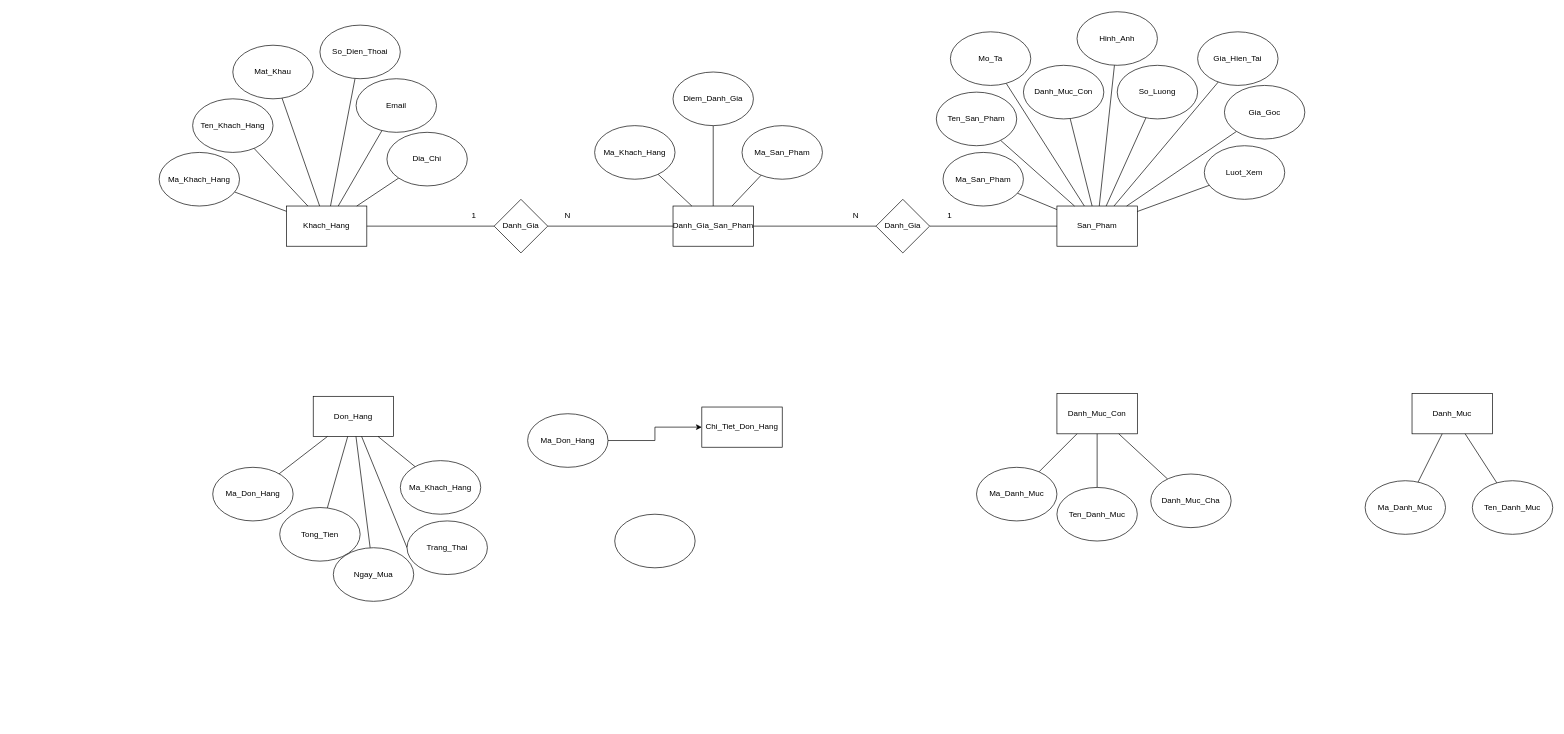
QuangHuy2201/FinalProject-Diagrams keeps this draw.io diagram as ERD.drawio. Above is the earlier version. Source tidied: cells renumbered, new cells numbered last; positions are measured from the earlier drawing's top-left corner, leaving out a move shared by most shapes. Both pictures are drawn from the tidied source at 67%, with x=0, y=0 at pixel (159, 11).
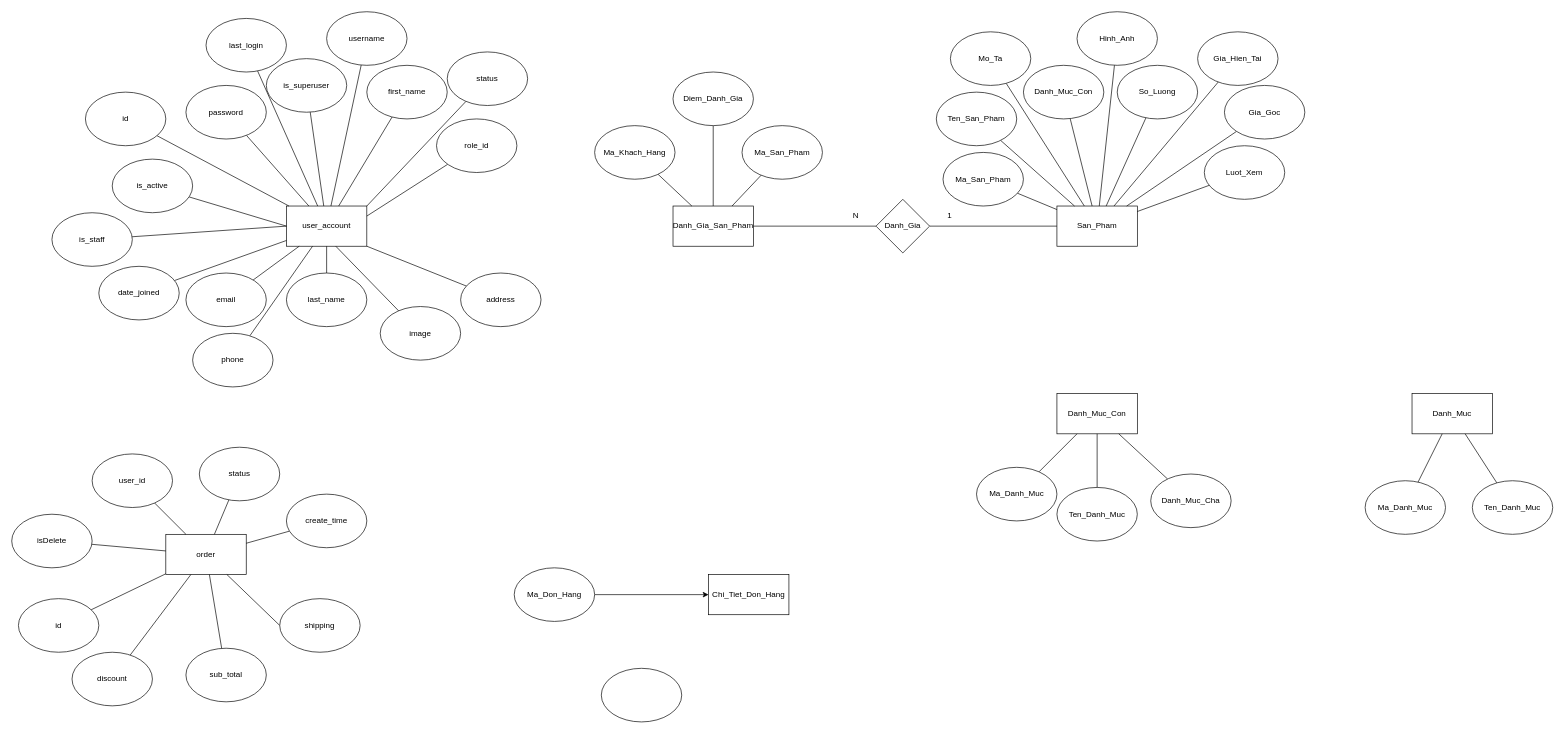
The same diagram, later.

Commit message:
Cập nhật ERD.drawio

Unchanged cells that the change refers to:
```xml
<mxCell id="28" value="Danh_Gia_San_Pham" style="rounded=0;whiteSpace=wrap;html=1;" parent="1" vertex="1">
  <mxGeometry x="767" y="290" width="120" height="60" as="geometry" />
</mxCell>
```

What changed in the source:
```diff
@@
-    <mxCell id="2" value="Khach_Hang" style="rounded=0;whiteSpace=wrap;html=1;" parent="1" vertex="1">
+    <mxCell id="2" value="user_account" style="rounded=0;whiteSpace=wrap;html=1;" parent="1" vertex="1">
       <mxGeometry x="190" y="290" width="120" height="60" as="geometry" />
     </mxCell>
@@
-    <mxCell id="4" value="Ma_Khach_Hang" style="ellipse;whiteSpace=wrap;html=1;" parent="1" vertex="1">
-      <mxGeometry y="210" width="120" height="80" as="geometry" />
+    <mxCell id="4" value="id" style="ellipse;whiteSpace=wrap;html=1;" parent="1" vertex="1">
+      <mxGeometry x="-110" y="120" width="120" height="80" as="geometry" />
     </mxCell>
@@
-    <mxCell id="6" value="Ten_Khach_Hang" style="ellipse;whiteSpace=wrap;html=1;" parent="1" vertex="1">
-      <mxGeometry x="50" y="130" width="120" height="80" as="geometry" />
+    <mxCell id="6" value="password" style="ellipse;whiteSpace=wrap;html=1;" parent="1" vertex="1">
+      <mxGeometry x="40" y="110" width="120" height="80" as="geometry" />
     </mxCell>
@@
-    <mxCell id="8" value="Mat_Khau" style="ellipse;whiteSpace=wrap;html=1;" parent="1" vertex="1">
-      <mxGeometry x="110" y="50" width="120" height="80" as="geometry" />
+    <mxCell id="8" value="last_login" style="ellipse;whiteSpace=wrap;html=1;" parent="1" vertex="1">
+      <mxGeometry x="70" y="10" width="120" height="80" as="geometry" />
     </mxCell>
@@
-    <mxCell id="10" value="Email" style="ellipse;whiteSpace=wrap;html=1;" parent="1" vertex="1">
-      <mxGeometry x="294" y="100" width="120" height="80" as="geometry" />
+    <mxCell id="10" value="username" style="ellipse;whiteSpace=wrap;html=1;" parent="1" vertex="1">
+      <mxGeometry x="250" width="120" height="80" as="geometry" />
     </mxCell>
@@
-    <mxCell id="12" value="So_Dien_Thoai" style="ellipse;whiteSpace=wrap;html=1;" parent="1" vertex="1">
-      <mxGeometry x="240" y="20" width="120" height="80" as="geometry" />
+    <mxCell id="12" value="is_superuser" style="ellipse;whiteSpace=wrap;html=1;" parent="1" vertex="1">
+      <mxGeometry x="160" y="70" width="120" height="80" as="geometry" />
     </mxCell>
@@
-    <mxCell id="14" value="Dia_Chi" style="ellipse;whiteSpace=wrap;html=1;" parent="1" vertex="1">
-      <mxGeometry x="340" y="180" width="120" height="80" as="geometry" />
+    <mxCell id="14" value="first_name" style="ellipse;whiteSpace=wrap;html=1;" parent="1" vertex="1">
+      <mxGeometry x="310" y="80" width="120" height="80" as="geometry" />
     </mxCell>
@@
-    <mxCell id="35" style="edgeStyle=orthogonalEdgeStyle;rounded=0;jettySize=auto;html=1;endArrow=none;endFill=0;" parent="1" edge="1" source="37" target="2">
-      <mxGeometry relative="1" as="geometry" />
-    </mxCell>
-    <mxCell id="36" style="edgeStyle=orthogonalEdgeStyle;rounded=0;jettySize=auto;html=1;endArrow=none;endFill=0;" parent="1" edge="1" source="37" target="28">
-      <mxGeometry relative="1" as="geometry" />
-    </mxCell>
-    <mxCell id="37" value="Danh_Gia" style="rhombus;whiteSpace=wrap;html=1;" parent="1" vertex="1">
-      <mxGeometry x="500" y="280" width="80" height="80" as="geometry" />
-    </mxCell>
-    <mxCell id="38" value="1" style="text;html=1;align=center;verticalAlign=middle;whiteSpace=wrap;rounded=0;" parent="1" vertex="1">
-      <mxGeometry x="440" y="290" width="60" height="30" as="geometry" />
-    </mxCell>
-    <mxCell id="39" value="N" style="text;html=1;align=center;verticalAlign=middle;whiteSpace=wrap;rounded=0;" parent="1" vertex="1">
-      <mxGeometry x="580" y="290" width="60" height="30" as="geometry" />
-    </mxCell>
@@
-    <mxCell id="61" value="Don_Hang" style="rounded=0;whiteSpace=wrap;html=1;" parent="1" vertex="1">
-      <mxGeometry x="230" y="574" width="120" height="60" as="geometry" />
+    <mxCell id="61" value="order" style="rounded=0;whiteSpace=wrap;html=1;" parent="1" vertex="1">
+      <mxGeometry x="10" y="780" width="120" height="60" as="geometry" />
     </mxCell>
@@
-    <mxCell id="65" value="Ma_Don_Hang" style="ellipse;whiteSpace=wrap;html=1;" parent="1" vertex="1">
-      <mxGeometry x="80" y="680" width="120" height="80" as="geometry" />
+    <mxCell id="65" value="id" style="ellipse;whiteSpace=wrap;html=1;" parent="1" vertex="1">
+      <mxGeometry x="-210" y="876" width="120" height="80" as="geometry" />
     </mxCell>
@@
-    <mxCell id="67" value="Tong_Tien" style="ellipse;whiteSpace=wrap;html=1;" parent="1" vertex="1">
-      <mxGeometry x="180" y="740" width="120" height="80" as="geometry" />
+    <mxCell id="67" value="discount" style="ellipse;whiteSpace=wrap;html=1;" parent="1" vertex="1">
+      <mxGeometry x="-130" y="956" width="120" height="80" as="geometry" />
     </mxCell>
@@
-    <mxCell id="69" value="Trang_Thai" style="ellipse;whiteSpace=wrap;html=1;" parent="1" vertex="1">
-      <mxGeometry x="370" y="760" width="120" height="80" as="geometry" />
+    <mxCell id="69" value="shipping" style="ellipse;whiteSpace=wrap;html=1;" parent="1" vertex="1">
+      <mxGeometry x="180" y="876" width="120" height="80" as="geometry" />
     </mxCell>
@@
-    <mxCell id="71" value="Ngay_Mua" style="ellipse;whiteSpace=wrap;html=1;" parent="1" vertex="1">
-      <mxGeometry x="260" y="800" width="120" height="80" as="geometry" />
+    <mxCell id="71" value="sub_total" style="ellipse;whiteSpace=wrap;html=1;" parent="1" vertex="1">
+      <mxGeometry x="40" y="950" width="120" height="80" as="geometry" />
     </mxCell>
@@
-    <mxCell id="73" value="Ma_Khach_Hang" style="ellipse;whiteSpace=wrap;html=1;" parent="1" vertex="1">
-      <mxGeometry x="360" y="670" width="120" height="80" as="geometry" />
+    <mxCell id="73" value="create_time" style="ellipse;whiteSpace=wrap;html=1;" parent="1" vertex="1">
+      <mxGeometry x="190" y="720" width="120" height="80" as="geometry" />
     </mxCell>
     <mxCell id="74" value="Chi_Tiet_Don_Hang" style="rounded=0;whiteSpace=wrap;html=1;" parent="1" vertex="1">
-      <mxGeometry x="810" y="590" width="120" height="60" as="geometry" />
+      <mxGeometry x="820" y="840" width="120" height="60" as="geometry" />
     </mxCell>
@@
     <mxCell id="76" value="Ma_Don_Hang" style="ellipse;whiteSpace=wrap;html=1;" parent="1" vertex="1">
-      <mxGeometry x="550" y="600" width="120" height="80" as="geometry" />
+      <mxGeometry x="530" y="830" width="120" height="80" as="geometry" />
     </mxCell>
     <mxCell id="77" style="ellipse;whiteSpace=wrap;html=1;" parent="1" vertex="1">
-      <mxGeometry x="680" y="750" width="120" height="80" as="geometry" />
+      <mxGeometry x="660" y="980" width="120" height="80" as="geometry" />
     </mxCell>
+    <mxCell id="78" style="rounded=0;jettySize=auto;html=1;endArrow=none;endFill=0;" parent="1" edge="1" source="79" target="2">
+      <mxGeometry relative="1" as="geometry" />
+    </mxCell>
+    <mxCell id="79" value="last_name" style="ellipse;whiteSpace=wrap;html=1;" parent="1" vertex="1">
+      <mxGeometry x="190" y="390" width="120" height="80" as="geometry" />
+    </mxCell>
+    <mxCell id="80" style="rounded=0;jettySize=auto;html=1;endArrow=none;endFill=0;" parent="1" edge="1" source="81" target="2">
+      <mxGeometry relative="1" as="geometry" />
+    </mxCell>
+    <mxCell id="81" value="email" style="ellipse;whiteSpace=wrap;html=1;" parent="1" vertex="1">
+      <mxGeometry x="40" y="390" width="120" height="80" as="geometry" />
+    </mxCell>
+    <mxCell id="82" value="is_staff" style="ellipse;whiteSpace=wrap;html=1;" parent="1" vertex="1">
+      <mxGeometry x="-160" y="300" width="120" height="80" as="geometry" />
+    </mxCell>
+    <mxCell id="83" style="rounded=0;jettySize=auto;html=1;entryX=0;entryY=0.5;entryDx=0;entryDy=0;endArrow=none;endFill=0;" parent="1" edge="1" source="84" target="2">
+      <mxGeometry relative="1" as="geometry" />
+    </mxCell>
+    <mxCell id="84" value="is_active" style="ellipse;whiteSpace=wrap;html=1;" parent="1" vertex="1">
+      <mxGeometry x="-70" y="220" width="120" height="80" as="geometry" />
+    </mxCell>
+    <mxCell id="85" style="rounded=0;jettySize=auto;html=1;endArrow=none;endFill=0;" parent="1" edge="1" source="86" target="2">
+      <mxGeometry relative="1" as="geometry" />
+    </mxCell>
+    <mxCell id="86" value="date_joined" style="ellipse;whiteSpace=wrap;html=1;" parent="1" vertex="1">
+      <mxGeometry x="-90" y="380" width="120" height="80" as="geometry" />
+    </mxCell>
+    <mxCell id="87" style="rounded=0;jettySize=auto;html=1;endArrow=none;endFill=0;" parent="1" edge="1" source="88" target="2">
+      <mxGeometry relative="1" as="geometry" />
+    </mxCell>
+    <mxCell id="88" value="phone" style="ellipse;whiteSpace=wrap;html=1;" parent="1" vertex="1">
+      <mxGeometry x="50" y="480" width="120" height="80" as="geometry" />
+    </mxCell>
+    <mxCell id="89" style="rounded=0;jettySize=auto;html=1;entryX=1;entryY=1;entryDx=0;entryDy=0;endArrow=none;endFill=0;" parent="1" edge="1" source="90" target="2">
+      <mxGeometry relative="1" as="geometry" />
+    </mxCell>
+    <mxCell id="90" value="address" style="ellipse;whiteSpace=wrap;html=1;" parent="1" vertex="1">
+      <mxGeometry x="450" y="390" width="120" height="80" as="geometry" />
+    </mxCell>
+    <mxCell id="91" style="rounded=0;jettySize=auto;html=1;entryX=1;entryY=0;entryDx=0;entryDy=0;endArrow=none;endFill=0;" parent="1" edge="1" source="92" target="2">
+      <mxGeometry relative="1" as="geometry" />
+    </mxCell>
+    <mxCell id="92" value="status" style="ellipse;whiteSpace=wrap;html=1;" parent="1" vertex="1">
+      <mxGeometry x="430" y="60" width="120" height="80" as="geometry" />
+    </mxCell>
+    <mxCell id="93" style="rounded=0;jettySize=auto;html=1;entryX=1;entryY=0.25;entryDx=0;entryDy=0;endArrow=none;endFill=0;" parent="1" edge="1" source="94" target="2">
+      <mxGeometry relative="1" as="geometry" />
+    </mxCell>
+    <mxCell id="94" value="role_id" style="ellipse;whiteSpace=wrap;html=1;" parent="1" vertex="1">
+      <mxGeometry x="414" y="160" width="120" height="80" as="geometry" />
+    </mxCell>
+    <mxCell id="95" value="image" style="ellipse;whiteSpace=wrap;html=1;" parent="1" vertex="1">
+      <mxGeometry x="330" y="440" width="120" height="80" as="geometry" />
+    </mxCell>
+    <mxCell id="96" style="rounded=0;jettySize=auto;html=1;endArrow=none;endFill=0;" parent="1" edge="1" source="82">
+      <mxGeometry relative="1" as="geometry">
+        <mxPoint x="190" y="320" as="targetPoint" />
+      </mxGeometry>
+    </mxCell>
+    <mxCell id="97" style="rounded=0;jettySize=auto;html=1;entryX=0.614;entryY=1;entryDx=0;entryDy=0;entryPerimeter=0;endArrow=none;endFill=0;" parent="1" edge="1" source="95" target="2">
+      <mxGeometry relative="1" as="geometry" />
+    </mxCell>
+    <mxCell id="98" style="rounded=0;jettySize=auto;html=1;endArrow=none;endFill=0;" parent="1" edge="1" source="99" target="61">
+      <mxGeometry relative="1" as="geometry" />
+    </mxCell>
+    <mxCell id="99" value="status" style="ellipse;whiteSpace=wrap;html=1;" parent="1" vertex="1">
+      <mxGeometry x="60" y="650" width="120" height="80" as="geometry" />
+    </mxCell>
+    <mxCell id="100" style="rounded=0;jettySize=auto;html=1;endArrow=none;endFill=0;" parent="1" edge="1" source="101" target="61">
+      <mxGeometry relative="1" as="geometry" />
+    </mxCell>
+    <mxCell id="101" value="isDelete" style="ellipse;whiteSpace=wrap;html=1;" parent="1" vertex="1">
+      <mxGeometry x="-220" y="750" width="120" height="80" as="geometry" />
+    </mxCell>
+    <mxCell id="102" style="rounded=0;jettySize=auto;html=1;endArrow=none;endFill=0;" parent="1" edge="1" source="103" target="61">
+      <mxGeometry relative="1" as="geometry" />
+    </mxCell>
+    <mxCell id="103" value="user_id" style="ellipse;whiteSpace=wrap;html=1;" parent="1" vertex="1">
+      <mxGeometry x="-100" y="660" width="120" height="80" as="geometry" />
+    </mxCell>
```
